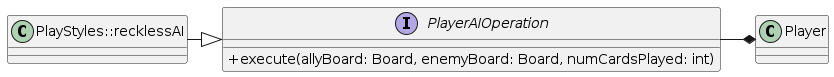
Before: uc-seng301-cardbattler-asg4-student/diagrams/strategy.png, a diagram exported from PlantUML (DanieSimonlLowe/SENG301-ASS4). Its diagram source:
```plantuml
@startuml
skinparam classAttributeIconSize 0


interface PlayerAIOperation {
+execute(allyBoard: Board, enemyBoard: Board, numCardsPlayed: int)
}

class Player {

}

PlayerAIOperation -* Player

PlayStyles::recklessAI -|> PlayerAIOperation
@enduml
```
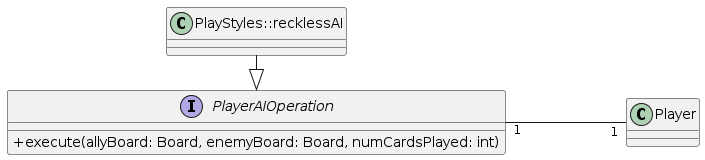
Later version of the same file.

Diff of the diagram source:
```diff
@@ -1,7 +1,7 @@
 @startuml
+left to right direction
+
 skinparam classAttributeIconSize 0
-
-
 interface PlayerAIOperation {
 +execute(allyBoard: Board, enemyBoard: Board, numCardsPlayed: int)
 }
@@ -10,7 +10,7 @@
 
 }
 
-PlayerAIOperation -* Player
+PlayerAIOperation "1"---"1" Player
 
 PlayStyles::recklessAI -|> PlayerAIOperation
 @enduml
```
